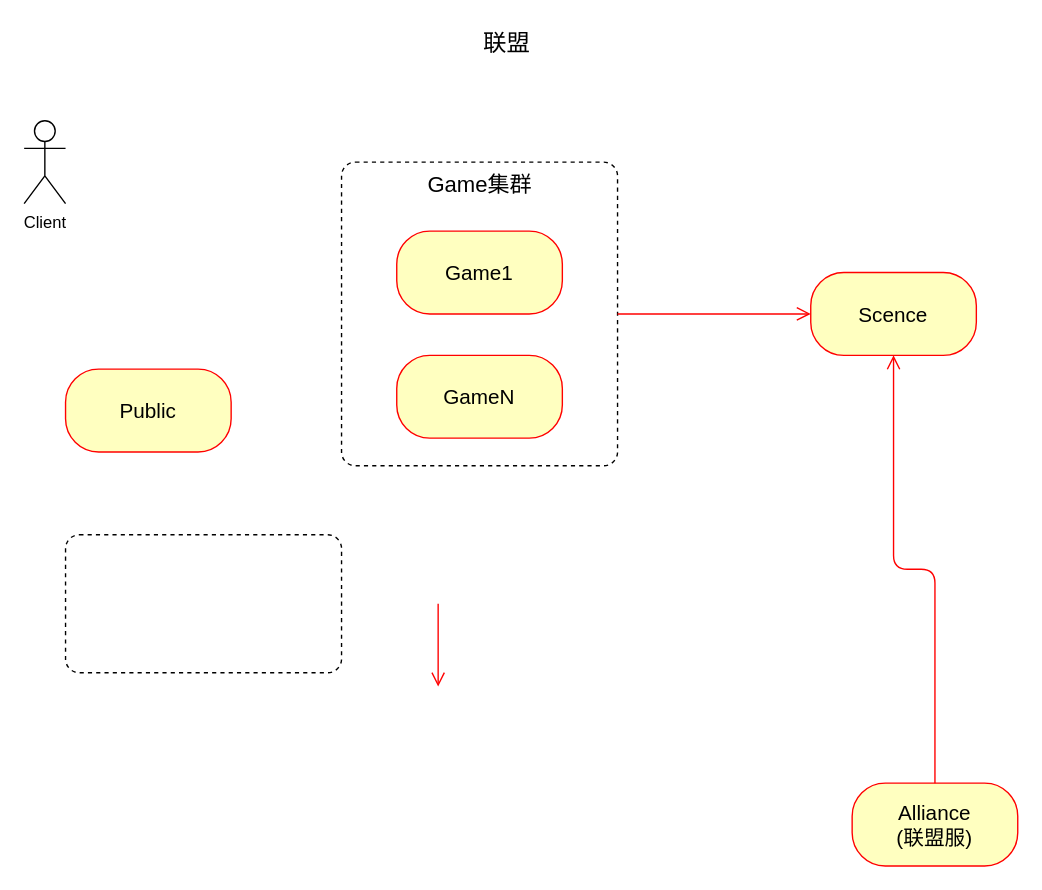
Earlier version of the draw.io diagram Untitled Diagram.drawio (xingjilin-focus/C-C-). Source tidied: cells renumbered, new cells numbered last; positions are measured from the earlier drawing's top-left corner, leaving out a move shared by most shapes. Both pictures are drawn from the tidied source at 138%, with x=0, y=0 at pixel (23, 23).
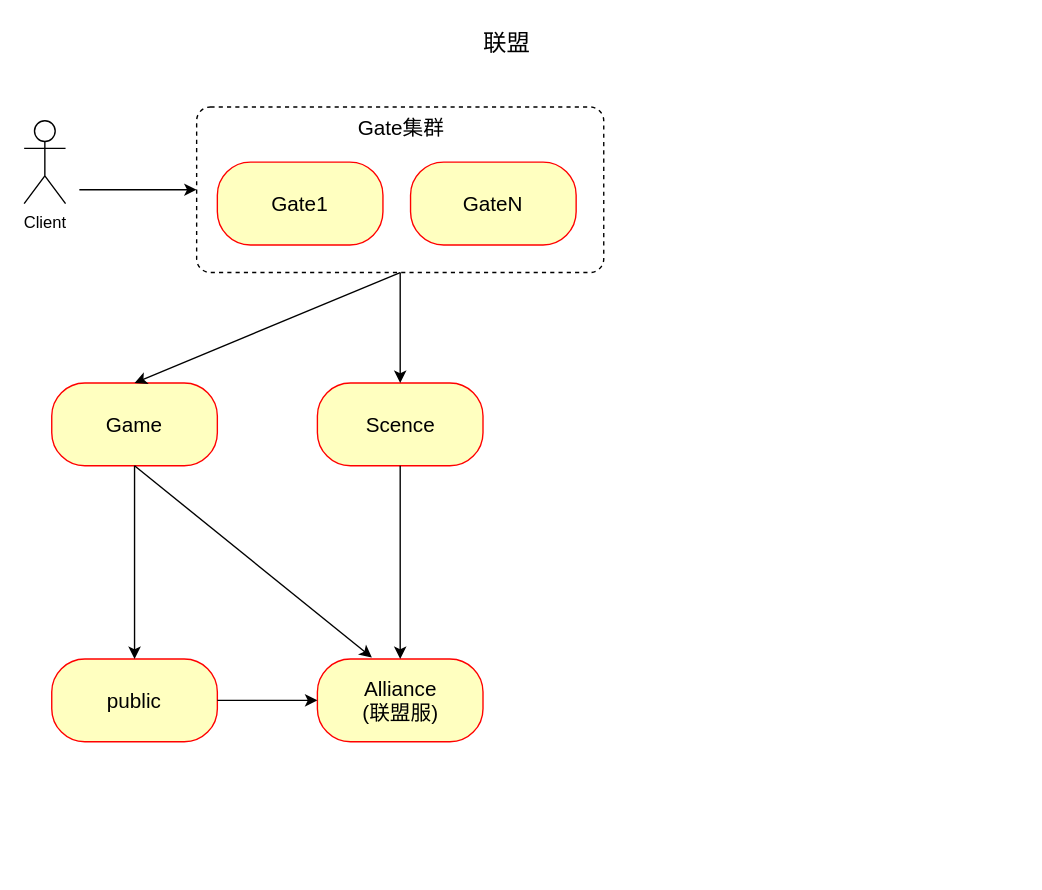
After the change.

The edit, as a diff of the source:
```diff
@@
 <mxGraphModel>
   <root>
     <mxCell id="0" />
     <mxCell id="1" parent="0" />
-    <mxCell id="2" value="&lt;font style=&quot;font-size: 16px&quot;&gt;Game集群&lt;/font&gt;" style="html=1;align=center;verticalAlign=top;rounded=1;absoluteArcSize=1;arcSize=20;dashed=1;" parent="1" vertex="1">
-      <mxGeometry x="230" y="100" width="200" height="220" as="geometry" />
-    </mxCell>
     <mxCell id="3" value="&lt;font style=&quot;font-size: 17px&quot;&gt;联盟&lt;/font&gt;" style="text;html=1;strokeColor=none;fillColor=none;align=center;verticalAlign=middle;whiteSpace=wrap;rounded=0;" parent="1" vertex="1">
       <mxGeometry x="250" width="200" height="30" as="geometry" />
     </mxCell>
     <mxCell id="4" value="&lt;font style=&quot;font-size: 15px&quot;&gt;Scence&lt;/font&gt;" style="rounded=1;whiteSpace=wrap;html=1;arcSize=40;fontColor=#000000;fillColor=#ffffc0;strokeColor=#ff0000;" parent="1" vertex="1">
-      <mxGeometry x="570" y="180" width="120" height="60" as="geometry" />
+      <mxGeometry x="212.5" y="260" width="120" height="60" as="geometry" />
     </mxCell>
     <mxCell id="5" value="&lt;span style=&quot;font-size: 15px&quot;&gt;Alliance&lt;/span&gt;&lt;br style=&quot;font-size: 15px&quot;&gt;&lt;span style=&quot;font-size: 15px&quot;&gt;(联盟服)&lt;/span&gt;" style="rounded=1;whiteSpace=wrap;html=1;arcSize=40;fontColor=#000000;fillColor=#ffffc0;strokeColor=#ff0000;" parent="1" vertex="1">
-      <mxGeometry x="600" y="550" width="120" height="60" as="geometry" />
+      <mxGeometry x="212.5" y="460" width="120" height="60" as="geometry" />
     </mxCell>
-    <mxCell id="6" value="&lt;font style=&quot;font-size: 15px&quot;&gt;Game1&lt;/font&gt;" style="rounded=1;whiteSpace=wrap;html=1;arcSize=40;fontColor=#000000;fillColor=#ffffc0;strokeColor=#ff0000;" parent="1" vertex="1">
-      <mxGeometry x="270" y="150" width="120" height="60" as="geometry" />
+    <mxCell id="6" value="&lt;font style=&quot;font-size: 15px&quot;&gt;Game&lt;/font&gt;" style="rounded=1;whiteSpace=wrap;html=1;arcSize=40;fontColor=#000000;fillColor=#ffffc0;strokeColor=#ff0000;" parent="1" vertex="1">
+      <mxGeometry x="20" y="260" width="120" height="60" as="geometry" />
     </mxCell>
-    <mxCell id="7" value="&lt;font style=&quot;font-size: 15px&quot;&gt;GameN&lt;/font&gt;" style="rounded=1;whiteSpace=wrap;html=1;arcSize=40;fontColor=#000000;fillColor=#ffffc0;strokeColor=#ff0000;" parent="1" vertex="1">
-      <mxGeometry x="270" y="240" width="120" height="60" as="geometry" />
-    </mxCell>
-    <mxCell id="8" value="&lt;font style=&quot;font-size: 15px&quot;&gt;Public&lt;/font&gt;" style="rounded=1;whiteSpace=wrap;html=1;arcSize=40;fontColor=#000000;fillColor=#ffffc0;strokeColor=#ff0000;" parent="1" vertex="1">
-      <mxGeometry x="30" y="250" width="120" height="60" as="geometry" />
-    </mxCell>
-    <mxCell id="9" style="edgeStyle=orthogonalEdgeStyle;html=1;verticalAlign=bottom;endArrow=open;endSize=8;strokeColor=#ff0000;exitX=1;exitY=0.5;exitDx=0;exitDy=0;entryX=0;entryY=0.5;entryDx=0;entryDy=0;" parent="1" edge="1" source="2" target="4">
-      <mxGeometry relative="1" as="geometry" />
-    </mxCell>
-    <mxCell id="10" style="edgeStyle=orthogonalEdgeStyle;html=1;verticalAlign=bottom;endArrow=open;endSize=8;strokeColor=#ff0000;entryX=0.5;entryY=1;entryDx=0;entryDy=0;entryPerimeter=0;exitX=0.5;exitY=0;exitDx=0;exitDy=0;" parent="1" edge="1" source="5" target="4">
-      <mxGeometry relative="1" as="geometry" />
-    </mxCell>
-    <mxCell id="11" style="edgeStyle=orthogonalEdgeStyle;html=1;verticalAlign=bottom;endArrow=open;endSize=8;strokeColor=#ff0000;" parent="1" edge="1">
-      <mxGeometry relative="1" as="geometry">
-        <mxPoint x="300" y="420" as="sourcePoint" />
-        <mxPoint x="300" y="480" as="targetPoint" />
-      </mxGeometry>
-    </mxCell>
     <mxCell id="12" value="Client" style="shape=umlActor;verticalLabelPosition=bottom;verticalAlign=top;html=1;strokeColor=#000000;" parent="1" vertex="1">
       <mxGeometry y="70" width="30" height="60" as="geometry" />
     </mxCell>
-    <mxCell id="13" style="html=1;align=center;verticalAlign=top;rounded=1;absoluteArcSize=1;arcSize=20;dashed=1;strokeColor=#000000;" parent="1" vertex="1">
-      <mxGeometry x="30" y="370" width="200" height="100" as="geometry" />
-    </mxCell>
+    <mxCell id="14" value="&lt;font style=&quot;font-size: 15px&quot;&gt;Gate集群&lt;/font&gt;" style="html=1;align=center;verticalAlign=top;rounded=1;absoluteArcSize=1;arcSize=20;dashed=1;strokeColor=#000000;" parent="1" vertex="1">
+      <mxGeometry x="125" y="60" width="295" height="120" as="geometry" />
+    </mxCell>
+    <mxCell id="15" value="&lt;font style=&quot;font-size: 15px&quot;&gt;Gate1&lt;/font&gt;" style="rounded=1;whiteSpace=wrap;html=1;arcSize=40;fontColor=#000000;fillColor=#ffffc0;strokeColor=#ff0000;" parent="1" vertex="1">
+      <mxGeometry x="140" y="100" width="120" height="60" as="geometry" />
+    </mxCell>
+    <mxCell id="16" value="&lt;font style=&quot;font-size: 15px&quot;&gt;GateN&lt;/font&gt;" style="rounded=1;whiteSpace=wrap;html=1;arcSize=40;fontColor=#000000;fillColor=#ffffc0;strokeColor=#ff0000;" parent="1" vertex="1">
+      <mxGeometry x="280" y="100" width="120" height="60" as="geometry" />
+    </mxCell>
+    <mxCell id="17" value="&lt;font style=&quot;font-size: 15px&quot;&gt;public&lt;/font&gt;" style="rounded=1;whiteSpace=wrap;html=1;arcSize=40;fontColor=#000000;fillColor=#ffffc0;strokeColor=#ff0000;" parent="1" vertex="1">
+      <mxGeometry x="20" y="460" width="120" height="60" as="geometry" />
+    </mxCell>
+    <mxCell id="18" style="endArrow=classic;html=1;exitX=0.5;exitY=1;exitDx=0;exitDy=0;" parent="1" edge="1" source="14">
+      <mxGeometry relative="1" as="geometry">
+        <mxPoint x="80" y="260" as="targetPoint" />
+      </mxGeometry>
+    </mxCell>
+    <mxCell id="19" style="endArrow=classic;html=1;exitX=0.5;exitY=1;exitDx=0;exitDy=0;" parent="1" edge="1" source="14" target="4">
+      <mxGeometry relative="1" as="geometry" />
+    </mxCell>
+    <mxCell id="20" style="endArrow=classic;html=1;entryX=0.5;entryY=0;entryDx=0;entryDy=0;exitX=0.5;exitY=1;exitDx=0;exitDy=0;" parent="1" edge="1" source="6" target="17">
+      <mxGeometry relative="1" as="geometry" />
+    </mxCell>
+    <mxCell id="21" style="endArrow=classic;html=1;entryX=0.329;entryY=-0.017;entryDx=0;entryDy=0;entryPerimeter=0;" parent="1" edge="1" target="5">
+      <mxGeometry relative="1" as="geometry">
+        <mxPoint x="80" y="320" as="sourcePoint" />
+      </mxGeometry>
+    </mxCell>
+    <mxCell id="22" style="endArrow=classic;html=1;exitX=0.5;exitY=1;exitDx=0;exitDy=0;entryX=0.5;entryY=0;entryDx=0;entryDy=0;" parent="1" edge="1" source="4" target="5">
+      <mxGeometry relative="1" as="geometry" />
+    </mxCell>
+    <mxCell id="23" style="endArrow=classic;html=1;entryX=0;entryY=0.5;entryDx=0;entryDy=0;exitX=1;exitY=0.5;exitDx=0;exitDy=0;" parent="1" edge="1" source="17" target="5">
+      <mxGeometry relative="1" as="geometry" />
+    </mxCell>
+    <mxCell id="24" style="endArrow=classic;html=1;entryX=0;entryY=0.5;entryDx=0;entryDy=0;" parent="1" edge="1" target="14">
+      <mxGeometry relative="1" as="geometry">
+        <mxPoint x="40" y="120" as="sourcePoint" />
+      </mxGeometry>
+    </mxCell>
   </root>
 </mxGraphModel>
```
